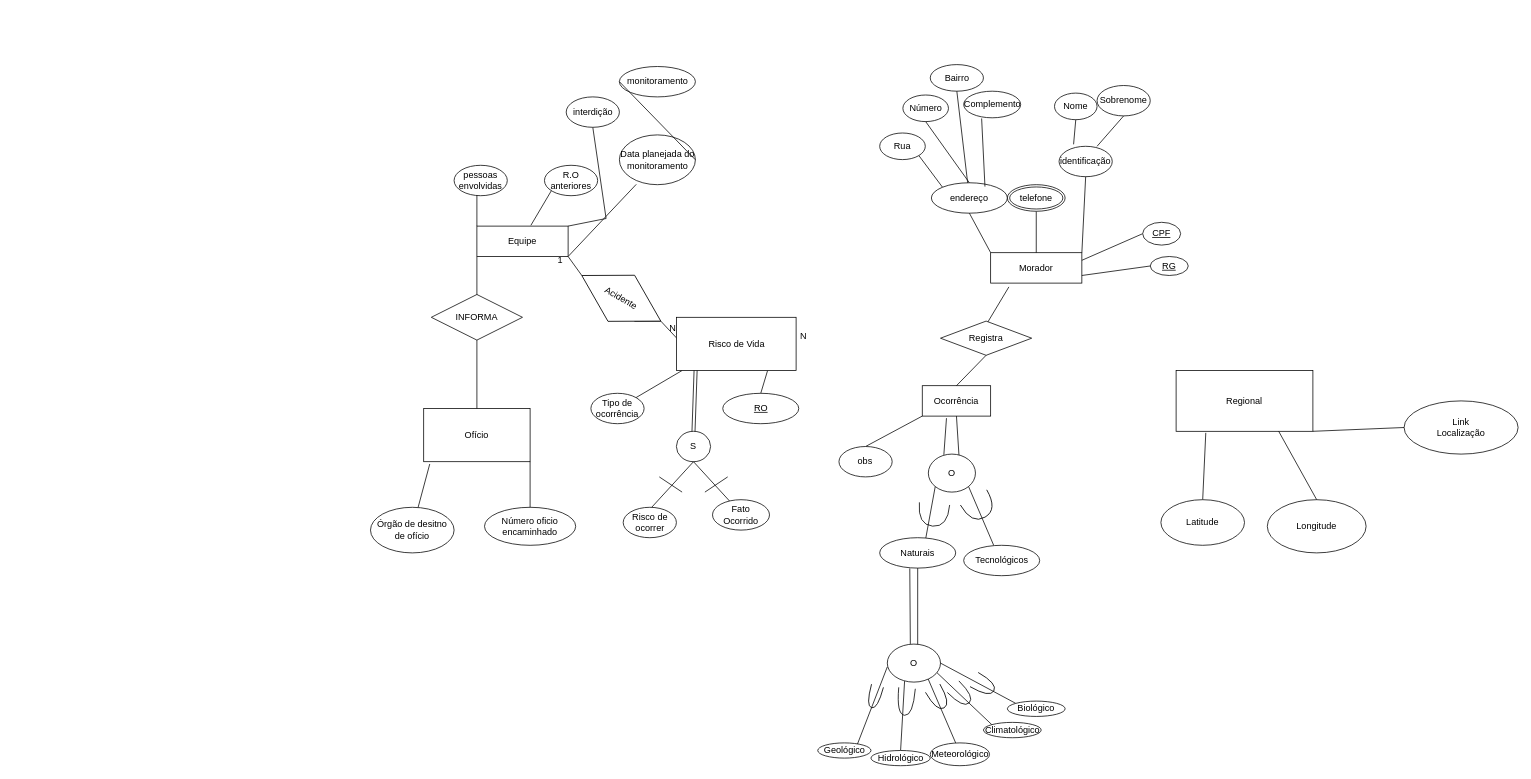
This is DiagramaER/diagramEntidadeRelacionamento.drawio from imreadyrod/ProjetoBancosDeDados, a draw.io file, before an edit. Source tidied: cells renumbered, new cells numbered last; positions are measured from the earlier drawing's top-left corner, leaving out a move shared by most shapes. Both pictures are drawn from the tidied source at 76%, with x=0, y=0 at pixel (370, 65).
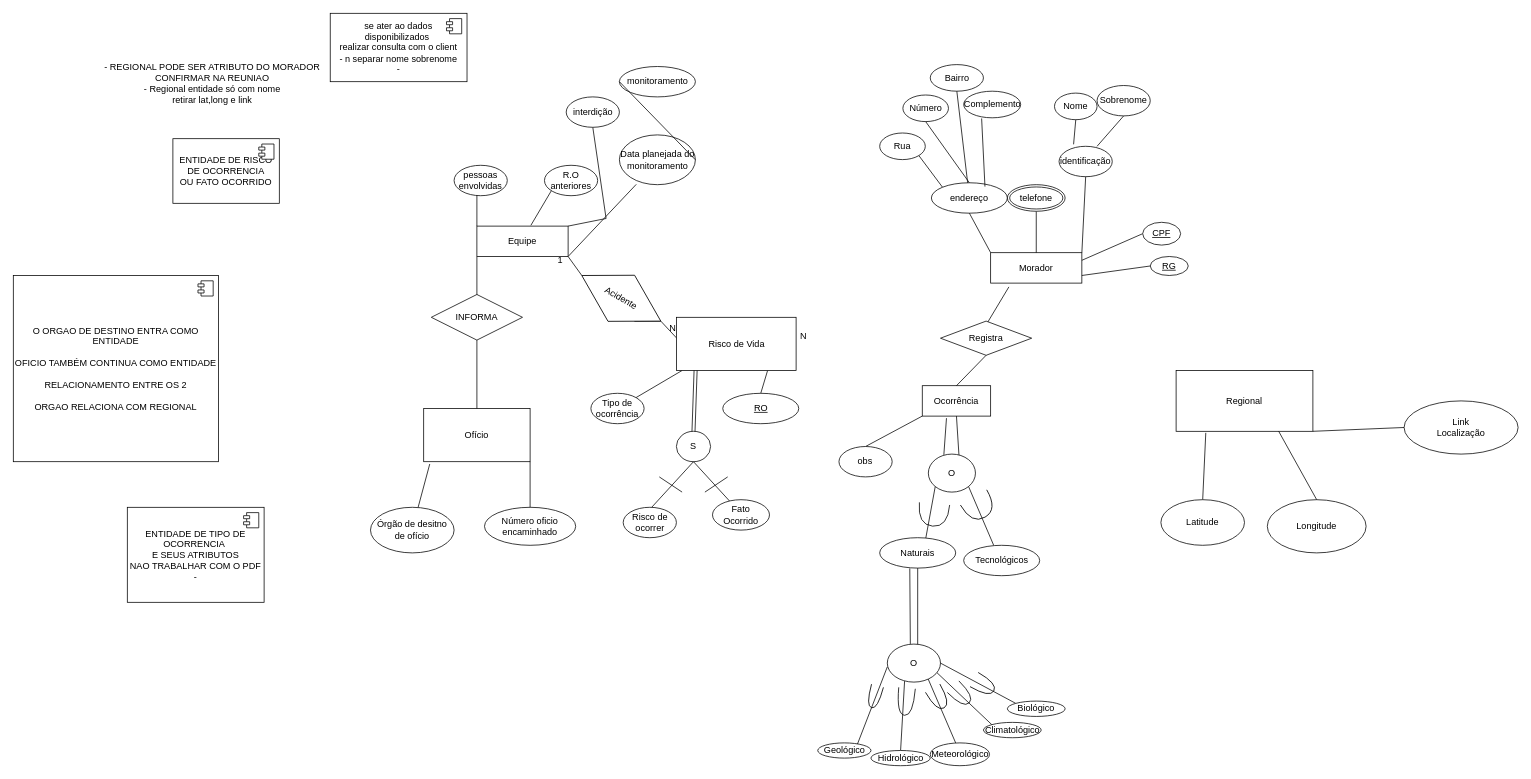
The same diagram, later.

Commit message (it also covers changes not shown here):
Alinhamento com professor dia 18/10

Change to the diagram source:
```diff
@@
+    <mxCell id="105" value="&lt;br&gt;- REGIONAL PODE SER ATRIBUTO DO MORADOR CONFIRMAR NA REUNIAO&lt;br&gt;- Regional entidade só com nome&lt;br&gt;retirar lat,long e link" style="text;html=1;strokeColor=none;fillColor=none;align=center;verticalAlign=middle;whiteSpace=wrap;rounded=0;" parent="1" vertex="1">
+      <mxGeometry x="-363" y="-18" width="310" height="70" as="geometry" />
+    </mxCell>
+    <mxCell id="106" value="se ater ao dados disponibilizados&amp;nbsp;&lt;br&gt;realizar consulta com o client&lt;br&gt;- n separar nome sobrenome&lt;br&gt;-" style="html=1;whiteSpace=wrap;" parent="1" vertex="1">
+      <mxGeometry x="-53" y="-68" width="180" height="90" as="geometry" />
+    </mxCell>
+    <mxCell id="107" style="shape=module;jettyWidth=8;jettyHeight=4;" parent="106" vertex="1">
+      <mxGeometry x="1" width="20" height="20" relative="1" as="geometry">
+        <mxPoint x="-27" y="7" as="offset" />
+      </mxGeometry>
+    </mxCell>
+    <mxCell id="108" value="ENTIDADE DE TIPO DE OCORRENCIA&amp;nbsp;&lt;br&gt;E SEUS ATRIBUTOS&lt;br&gt;NAO TRABALHAR COM O PDF&lt;br&gt;-" style="html=1;whiteSpace=wrap;" parent="1" vertex="1">
+      <mxGeometry x="-320" y="582" width="180" height="125" as="geometry" />
+    </mxCell>
+    <mxCell id="109" style="shape=module;jettyWidth=8;jettyHeight=4;" parent="108" vertex="1">
+      <mxGeometry x="1" width="20" height="20" relative="1" as="geometry">
+        <mxPoint x="-27" y="7" as="offset" />
+      </mxGeometry>
+    </mxCell>
+    <mxCell id="110" value="ENTIDADE DE RISCO DE OCORRENCIA&lt;br&gt;OU FATO OCORRIDO" style="html=1;whiteSpace=wrap;" parent="1" vertex="1">
+      <mxGeometry x="-260" y="97" width="140" height="85" as="geometry" />
+    </mxCell>
+    <mxCell id="111" style="shape=module;jettyWidth=8;jettyHeight=4;" parent="110" vertex="1">
+      <mxGeometry x="1" width="20" height="20" relative="1" as="geometry">
+        <mxPoint x="-27" y="7" as="offset" />
+      </mxGeometry>
+    </mxCell>
+    <mxCell id="112" value="O ORGAO DE DESTINO ENTRA COMO ENTIDADE&lt;br&gt;&lt;br&gt;OFICIO TAMBÉM CONTINUA COMO ENTIDADE&lt;br&gt;&lt;br&gt;RELACIONAMENTO ENTRE OS 2&lt;br&gt;&lt;br&gt;ORGAO RELACIONA COM REGIONAL" style="html=1;whiteSpace=wrap;" parent="1" vertex="1">
+      <mxGeometry x="-470" y="277" width="270" height="245" as="geometry" />
+    </mxCell>
+    <mxCell id="113" style="shape=module;jettyWidth=8;jettyHeight=4;" parent="112" vertex="1">
+      <mxGeometry x="1" width="20" height="20" relative="1" as="geometry">
+        <mxPoint x="-27" y="7" as="offset" />
+      </mxGeometry>
+    </mxCell>
```
